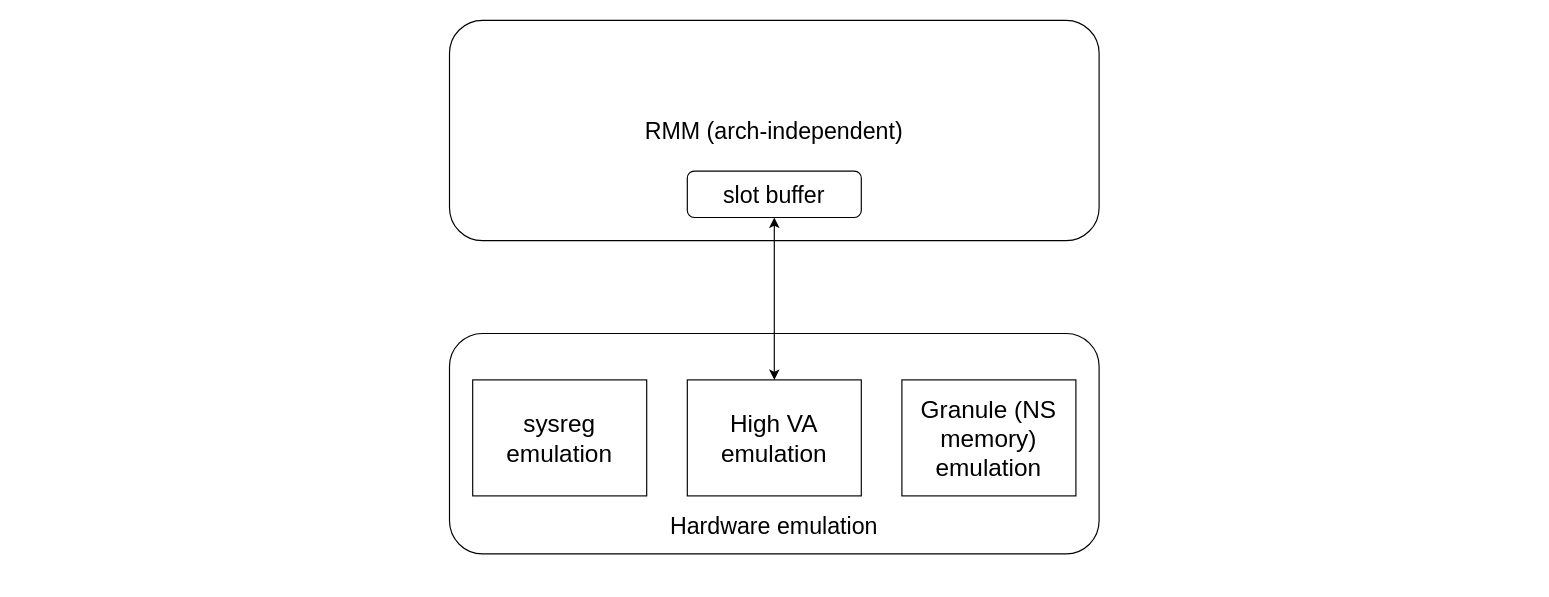
The draw.io diagram cca-workflow/fake_host.drawio in EdisonE3/draw-pictures, before the edit. Source tidied: cells renumbered, new cells numbered last; positions are measured from the earlier drawing's top-left corner, leaving out a move shared by most shapes. Both pictures are drawn from the tidied source at 116%, with x=0, y=0 at pixel (449, 20).
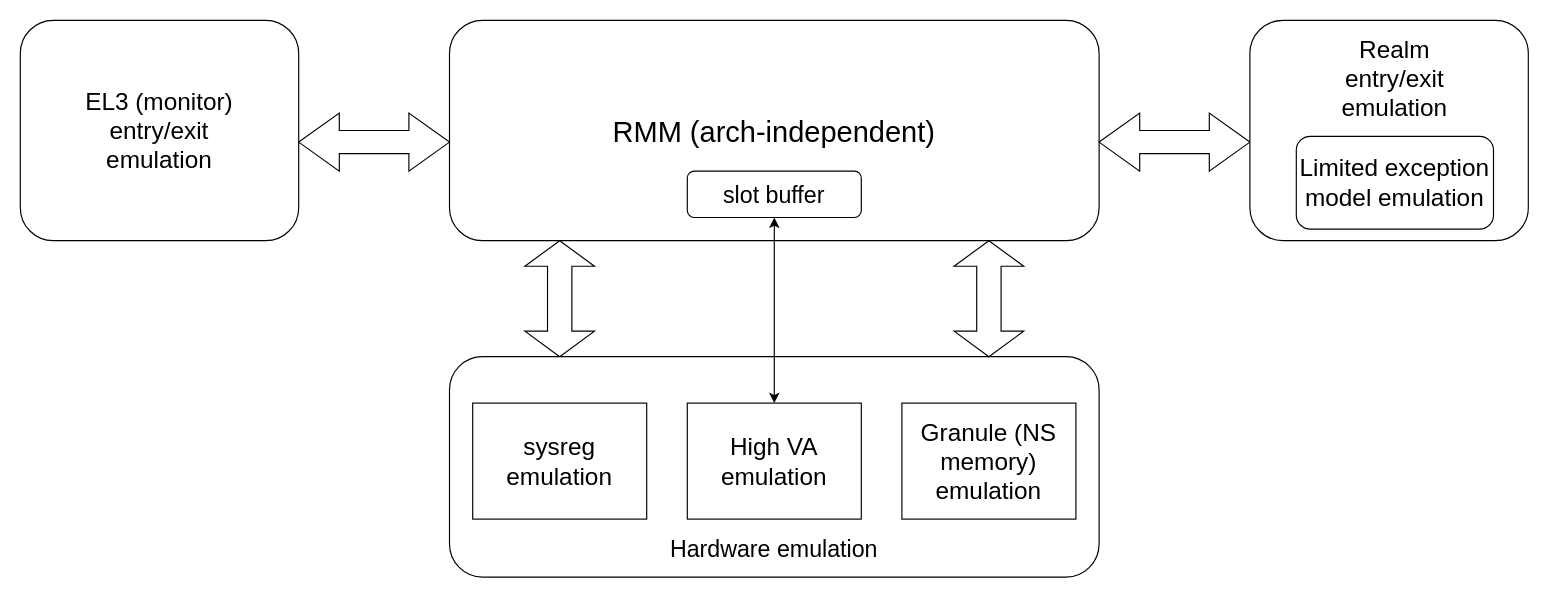
The same page after the edit.

The change refers to these unchanged cells:
```xml
<mxCell id="3" value="slot buffer" style="rounded=1;whiteSpace=wrap;html=1;fontSize=20;" parent="1" vertex="1">
  <mxGeometry x="205" y="130" width="150" height="40" as="geometry" />
</mxCell>
```

The edit, as a diff of the source:
```diff
@@
-    <mxCell id="2" value="&lt;font style=&quot;font-size: 20px;&quot;&gt;RMM (arch-independent)&lt;/font&gt;" style="rounded=1;whiteSpace=wrap;html=1;" parent="1" vertex="1">
+    <mxCell id="2" value="&lt;font style=&quot;font-size: 25px;&quot;&gt;RMM (arch-independent)&lt;/font&gt;" style="rounded=1;whiteSpace=wrap;html=1;" parent="1" vertex="1">
       <mxGeometry width="560" height="190" as="geometry" />
     </mxCell>
@@
+    <mxCell id="10" style="html=1;shadow=0;dashed=0;align=center;verticalAlign=middle;shape=mxgraph.arrows2.twoWayArrow;dy=0.6;dx=35;fontSize=25;" parent="1" vertex="1">
+      <mxGeometry x="560" y="80" width="130" height="50" as="geometry" />
+    </mxCell>
+    <mxCell id="11" style="group;" parent="1" vertex="1">
+      <mxGeometry x="690" width="240" height="190" as="geometry" />
+    </mxCell>
+    <mxCell id="12" style="rounded=1;whiteSpace=wrap;html=1;fontSize=21;" parent="11" vertex="1">
+      <mxGeometry width="240" height="190" as="geometry" />
+    </mxCell>
+    <mxCell id="13" value="Limited exception model emulation" style="rounded=1;whiteSpace=wrap;html=1;fontSize=21;" parent="11" vertex="1">
+      <mxGeometry x="40" y="100" width="170" height="80" as="geometry" />
+    </mxCell>
+    <mxCell id="14" value="Realm entry/exit emulation" style="text;html=1;strokeColor=none;fillColor=none;align=center;verticalAlign=middle;whiteSpace=wrap;rounded=0;fontSize=21;" parent="11" vertex="1">
+      <mxGeometry x="65" y="10" width="120" height="80" as="geometry" />
+    </mxCell>
+    <mxCell id="15" style="html=1;shadow=0;dashed=0;align=center;verticalAlign=middle;shape=mxgraph.arrows2.twoWayArrow;dy=0.6;dx=35;fontSize=25;" parent="1" vertex="1">
+      <mxGeometry x="-130" y="80" width="130" height="50" as="geometry" />
+    </mxCell>
+    <mxCell id="16" style="rounded=1;whiteSpace=wrap;html=1;fontSize=21;" parent="1" vertex="1">
+      <mxGeometry x="-370" width="240" height="190" as="geometry" />
+    </mxCell>
+    <mxCell id="17" value="EL3 (monitor) entry/exit emulation" style="text;html=1;strokeColor=none;fillColor=none;align=center;verticalAlign=middle;whiteSpace=wrap;rounded=0;fontSize=21;" parent="1" vertex="1">
+      <mxGeometry x="-325" y="55" width="150" height="80" as="geometry" />
+    </mxCell>
+    <mxCell id="18" style="html=1;shadow=0;dashed=0;align=center;verticalAlign=middle;shape=mxgraph.arrows2.twoWayArrow;dy=0.65;dx=22;fontSize=25;rotation=90;" parent="1" vertex="1">
+      <mxGeometry x="45" y="210" width="100" height="60" as="geometry" />
+    </mxCell>
+    <mxCell id="19" style="group;" parent="1" vertex="1">
+      <mxGeometry y="290" width="560" height="190" as="geometry" />
+    </mxCell>
-    <mxCell id="4" style="rounded=1;whiteSpace=wrap;html=1;" parent="1" vertex="1">
-      <mxGeometry y="270" width="560" height="190" as="geometry" />
+    <mxCell id="4" style="rounded=1;whiteSpace=wrap;html=1;" parent="19" vertex="1">
+      <mxGeometry width="560" height="190" as="geometry" />
     </mxCell>
-    <mxCell id="5" value="Hardware emulation" style="text;html=1;strokeColor=none;fillColor=none;align=center;verticalAlign=middle;whiteSpace=wrap;rounded=0;fontSize=20;" parent="1" vertex="1">
-      <mxGeometry x="150" y="420" width="260" height="30" as="geometry" />
+    <mxCell id="5" value="Hardware emulation" style="text;html=1;strokeColor=none;fillColor=none;align=center;verticalAlign=middle;whiteSpace=wrap;rounded=0;fontSize=20;" parent="19" vertex="1">
+      <mxGeometry x="150" y="150" width="260" height="30" as="geometry" />
     </mxCell>
-    <mxCell id="6" value="&lt;font style=&quot;font-size: 21px;&quot;&gt;sysreg emulation&lt;/font&gt;" style="rounded=0;whiteSpace=wrap;html=1;fontSize=20;" parent="1" vertex="1">
-      <mxGeometry x="20" y="310" width="150" height="100" as="geometry" />
+    <mxCell id="6" value="&lt;font style=&quot;font-size: 21px;&quot;&gt;sysreg emulation&lt;/font&gt;" style="rounded=0;whiteSpace=wrap;html=1;fontSize=20;" parent="19" vertex="1">
+      <mxGeometry x="20" y="40" width="150" height="100" as="geometry" />
     </mxCell>
-    <mxCell id="7" style="edgeStyle=orthogonalEdgeStyle;rounded=0;jettySize=auto;html=1;exitX=0.5;exitY=0;exitDx=0;exitDy=0;entryX=0.5;entryY=1;entryDx=0;entryDy=0;fontSize=21;startArrow=classic;startFill=1;" parent="1" edge="1" source="8" target="3">
-      <mxGeometry relative="1" as="geometry" />
-    </mxCell>
-    <mxCell id="8" value="&lt;font style=&quot;font-size: 21px;&quot;&gt;High VA emulation&lt;/font&gt;" style="rounded=0;whiteSpace=wrap;html=1;fontSize=20;" parent="1" vertex="1">
-      <mxGeometry x="205" y="310" width="150" height="100" as="geometry" />
+    <mxCell id="8" value="&lt;font style=&quot;font-size: 21px;&quot;&gt;High VA emulation&lt;/font&gt;" style="rounded=0;whiteSpace=wrap;html=1;fontSize=20;" parent="19" vertex="1">
+      <mxGeometry x="205" y="40" width="150" height="100" as="geometry" />
     </mxCell>
-    <mxCell id="9" value="&lt;font style=&quot;font-size: 21px;&quot;&gt;Granule (NS memory) emulation&lt;/font&gt;" style="rounded=0;whiteSpace=wrap;html=1;fontSize=20;" parent="1" vertex="1">
-      <mxGeometry x="390" y="310" width="150" height="100" as="geometry" />
+    <mxCell id="9" value="&lt;font style=&quot;font-size: 21px;&quot;&gt;Granule (NS memory) emulation&lt;/font&gt;" style="rounded=0;whiteSpace=wrap;html=1;fontSize=20;" parent="19" vertex="1">
+      <mxGeometry x="390" y="40" width="150" height="100" as="geometry" />
     </mxCell>
+    <mxCell id="7" style="edgeStyle=orthogonalEdgeStyle;rounded=0;jettySize=auto;html=1;exitX=0.5;exitY=0;exitDx=0;exitDy=0;entryX=0.5;entryY=1;entryDx=0;entryDy=0;fontSize=25;startArrow=classic;startFill=1;" parent="1" edge="1" source="8" target="3">
+      <mxGeometry relative="1" as="geometry" />
+    </mxCell>
+    <mxCell id="20" style="html=1;shadow=0;dashed=0;align=center;verticalAlign=middle;shape=mxgraph.arrows2.twoWayArrow;dy=0.65;dx=22;fontSize=25;rotation=90;" parent="1" vertex="1">
+      <mxGeometry x="415" y="210" width="100" height="60" as="geometry" />
+    </mxCell>
```
